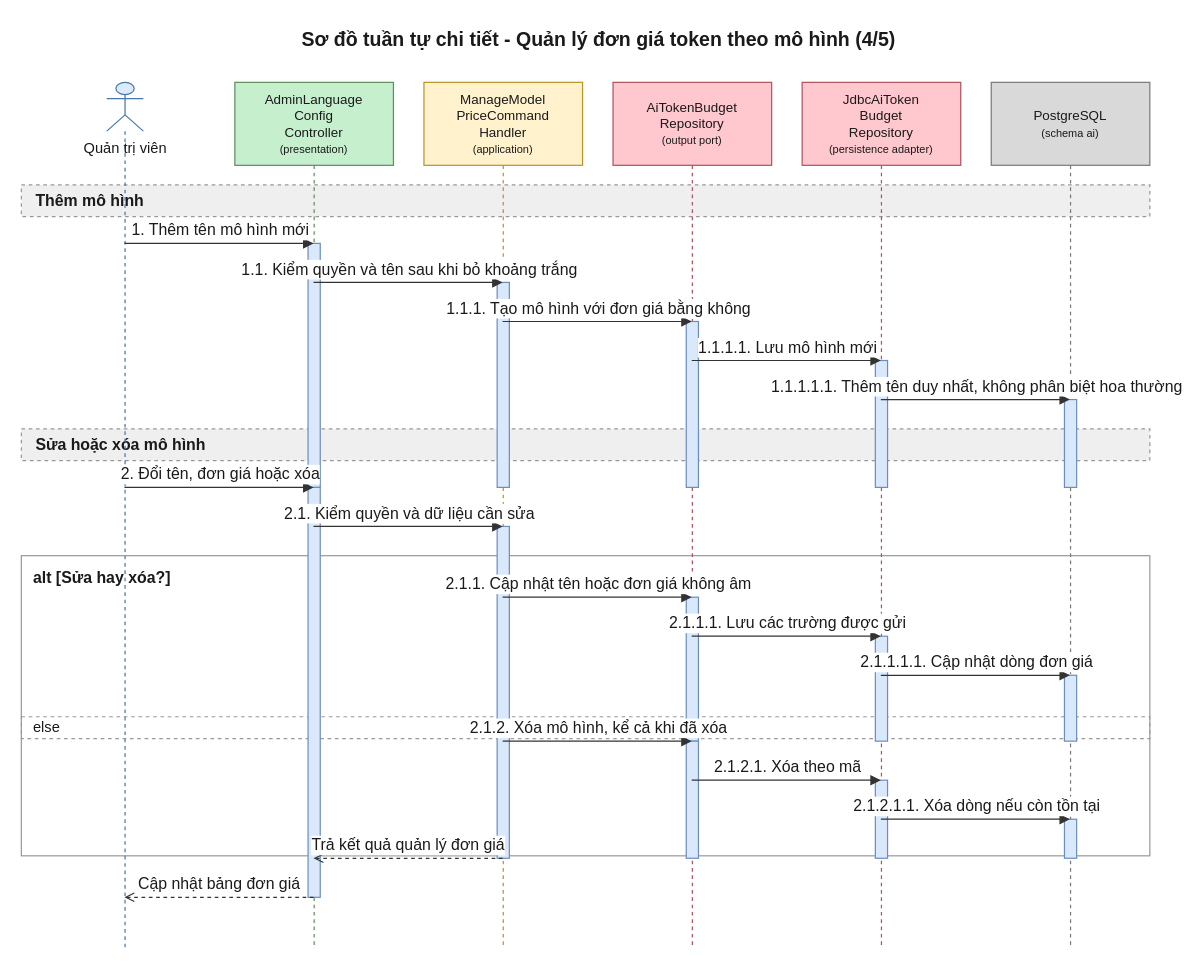
Above: 08-diagram/sequence/admin/sequence_admin_dat_han_muc_va_gioi_han_ai_p4.drawio in daiphu1801/PRJ_ALGOPREP (draw.io), before the change. Source tidied: cells renumbered, new cells numbered last; positions are measured from the earlier drawing's top-left corner, leaving out a move shared by most shapes. Both pictures are drawn from the tidied source at 122%, with x=0, y=0 at pixel (21, 21).
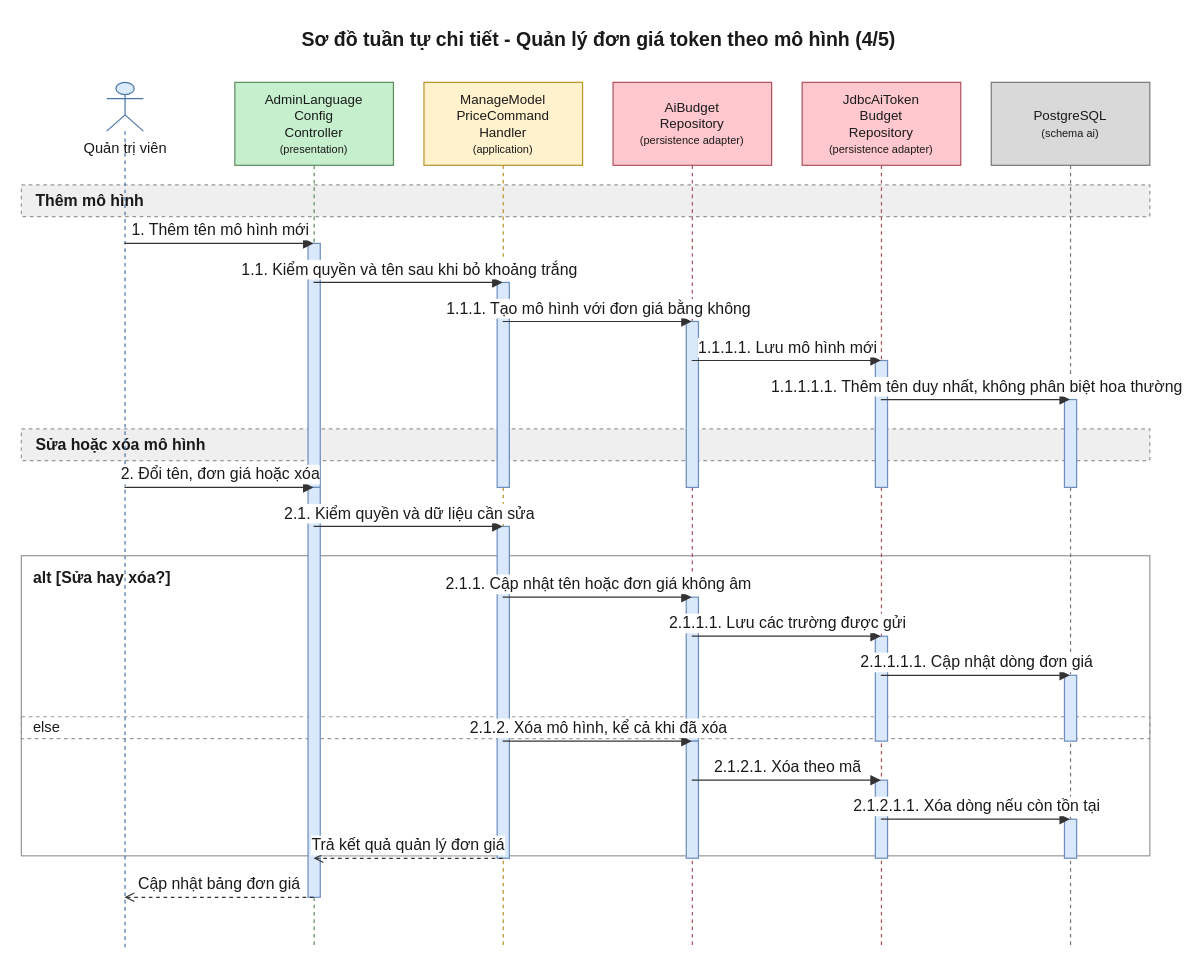
The same diagram, later.

The edit, as a diff of the source:
```diff
@@
-    <mxCell id="10" value="AiTokenBudget&lt;br&gt;Repository&lt;br&gt;&lt;font style=&quot;font-size:9px&quot;&gt;(output port)&lt;/font&gt;" style="shape=umlLifeline;perimeter=lifelinePerimeter;whiteSpace=wrap;html=1;outlineConnect=0;size=68;fontSize=11;fillColor=#FFC7CE;strokeColor=#B0525E;fontColor=#1A1A1A;" parent="1" vertex="1">
+    <mxCell id="10" value="AiBudget&lt;br&gt;Repository&lt;br&gt;&lt;font style=&quot;font-size:9px&quot;&gt;(persistence adapter)&lt;/font&gt;" style="shape=umlLifeline;perimeter=lifelinePerimeter;whiteSpace=wrap;html=1;outlineConnect=0;size=68;fontSize=11;fillColor=#FFC7CE;strokeColor=#B0525E;fontColor=#1A1A1A;" parent="1" vertex="1">
       <mxGeometry x="485" y="50" width="130" height="710" as="geometry" />
     </mxCell>
```
